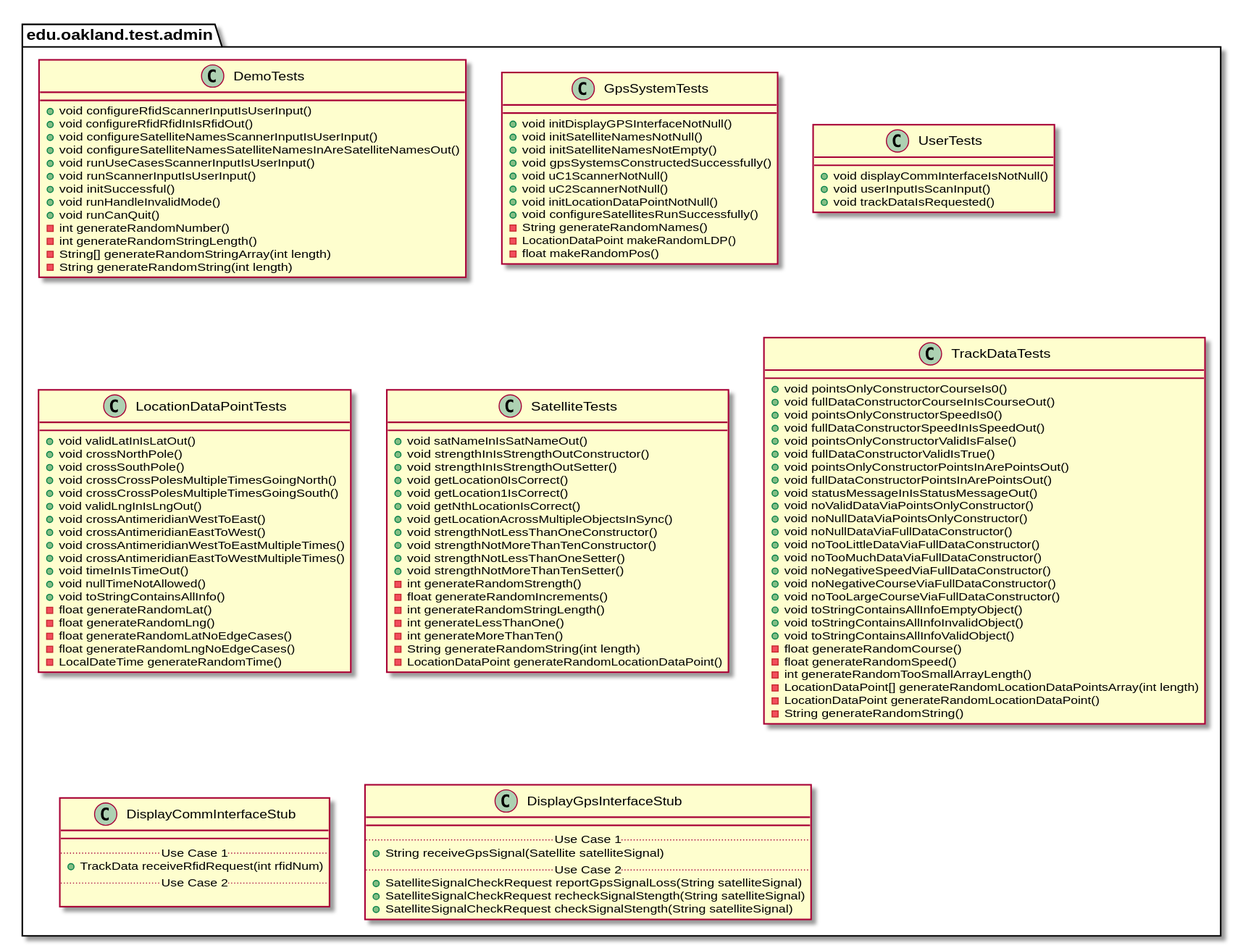
Before: docs/uml-class-diagrams/admin/test/AdminTestPackage.svg, a diagram exported from PlantUML (andrewdimmer/csi-3370-software-project).
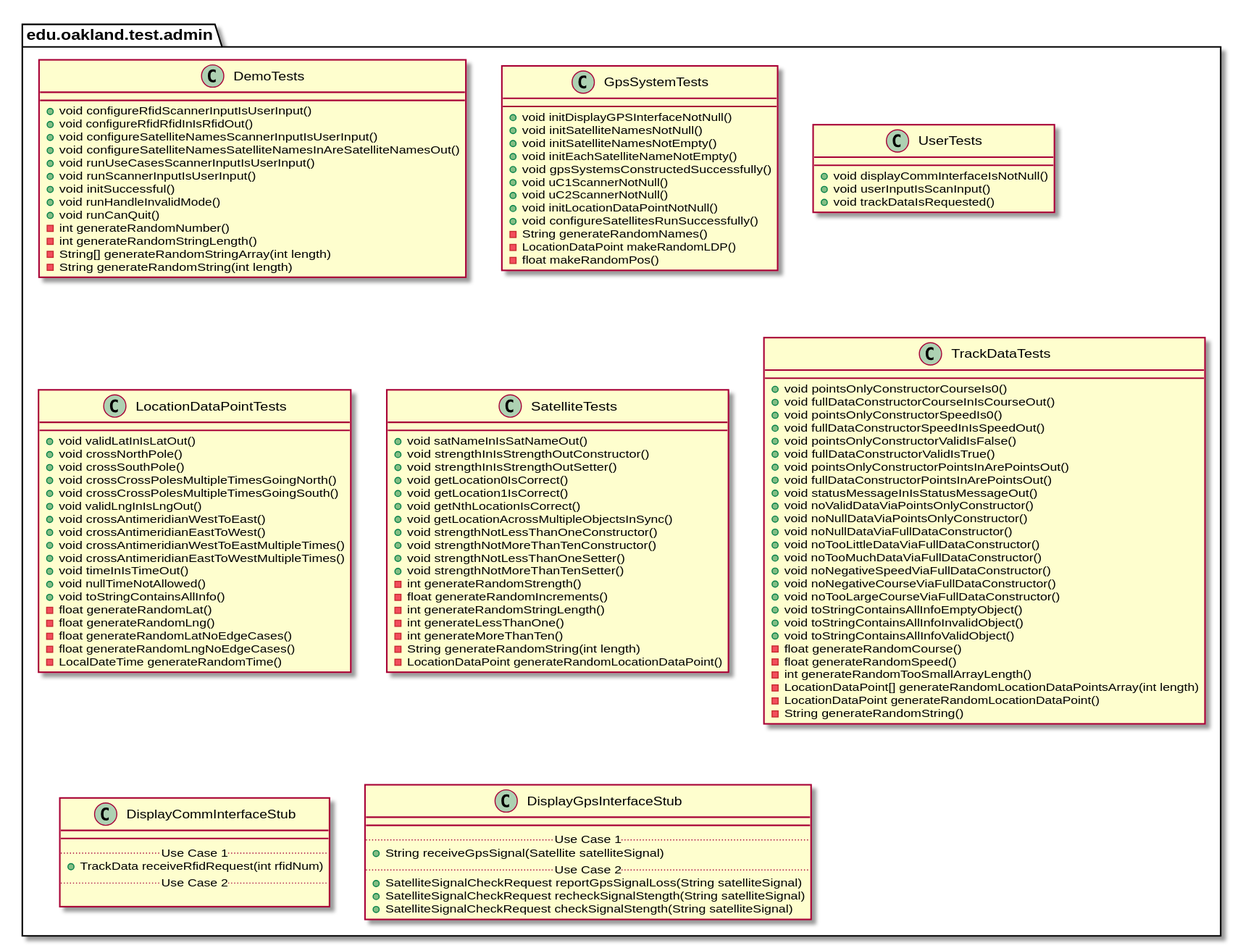
The same diagram one commit later.

Diff of the diagram source:
```diff
@@ -29,6 +29,7 @@
         + void initDisplayGPSInterfaceNotNull()
         + void initSatelliteNamesNotNull()
         + void initSatelliteNamesNotEmpty()
+        + void initEachSatelliteNameNotEmpty()
         + void gpsSystemsConstructedSuccessfully()
         + void uC1ScannerNotNull()
         + void uC2ScannerNotNull()
```
